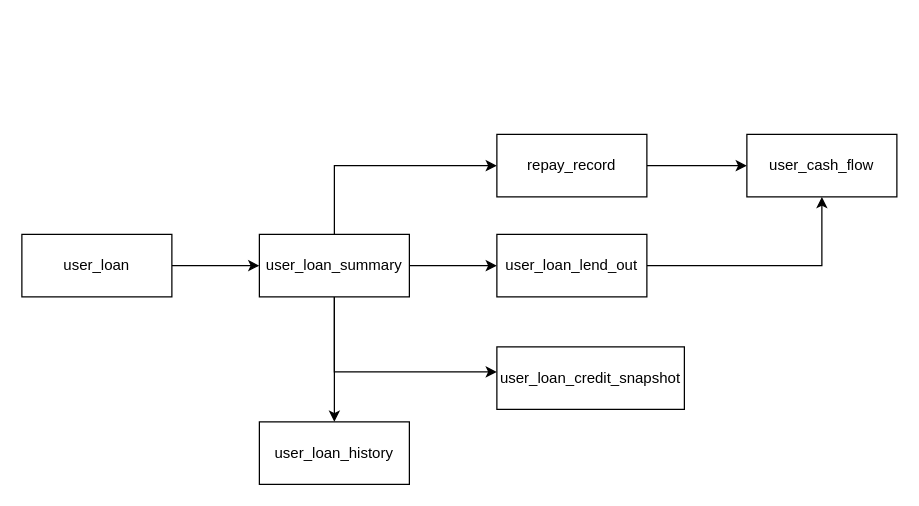
Before: 借据表关系.drawio in DongRuihua/draw, a draw.io diagram. Source tidied: cells renumbered, new cells numbered last; positions are measured from the earlier drawing's top-left corner, leaving out a move shared by most shapes. Both pictures are drawn from the tidied source at 125%, with x=0, y=0 at pixel (21, 134).
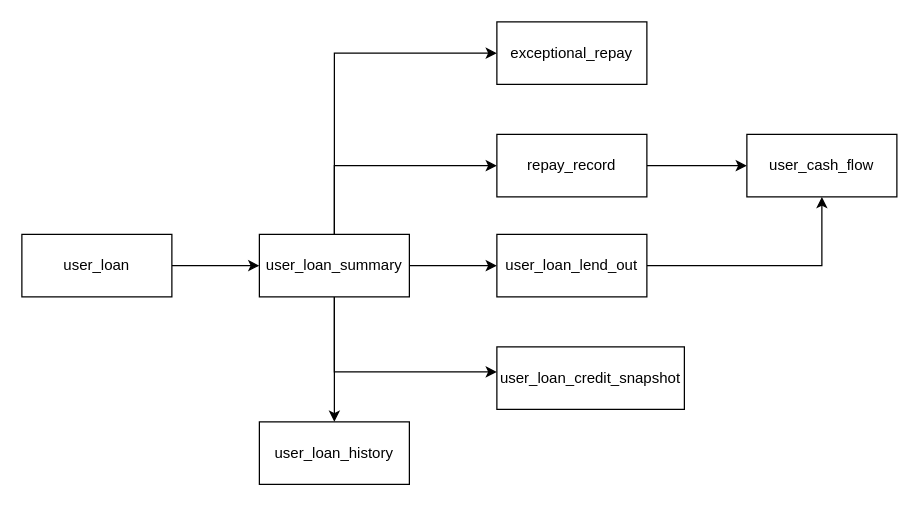
Above is the later version.

Commit message (it also covers changes not shown here):
更新借据表关系.drawio

Unchanged cells that the change refers to:
```xml
<mxCell id="8" value="user_loan_summary" style="rounded=0;whiteSpace=wrap;html=1;" parent="1" vertex="1">
  <mxGeometry x="190" y="80" width="120" height="50" as="geometry" />
</mxCell>
```

What changed in the source:
```diff
@@
+    <mxCell id="16" style="edgeStyle=orthogonalEdgeStyle;rounded=0;jettySize=auto;html=1;" parent="1" edge="1" source="8" target="17">
+      <mxGeometry relative="1" as="geometry">
+        <Array as="points">
+          <mxPoint x="250" y="-65" />
+        </Array>
+      </mxGeometry>
+    </mxCell>
@@
+    <mxCell id="17" value="exceptional_repay" style="rounded=0;whiteSpace=wrap;html=1;" parent="1" vertex="1">
+      <mxGeometry x="380" y="-90" width="120" height="50" as="geometry" />
+    </mxCell>
```
